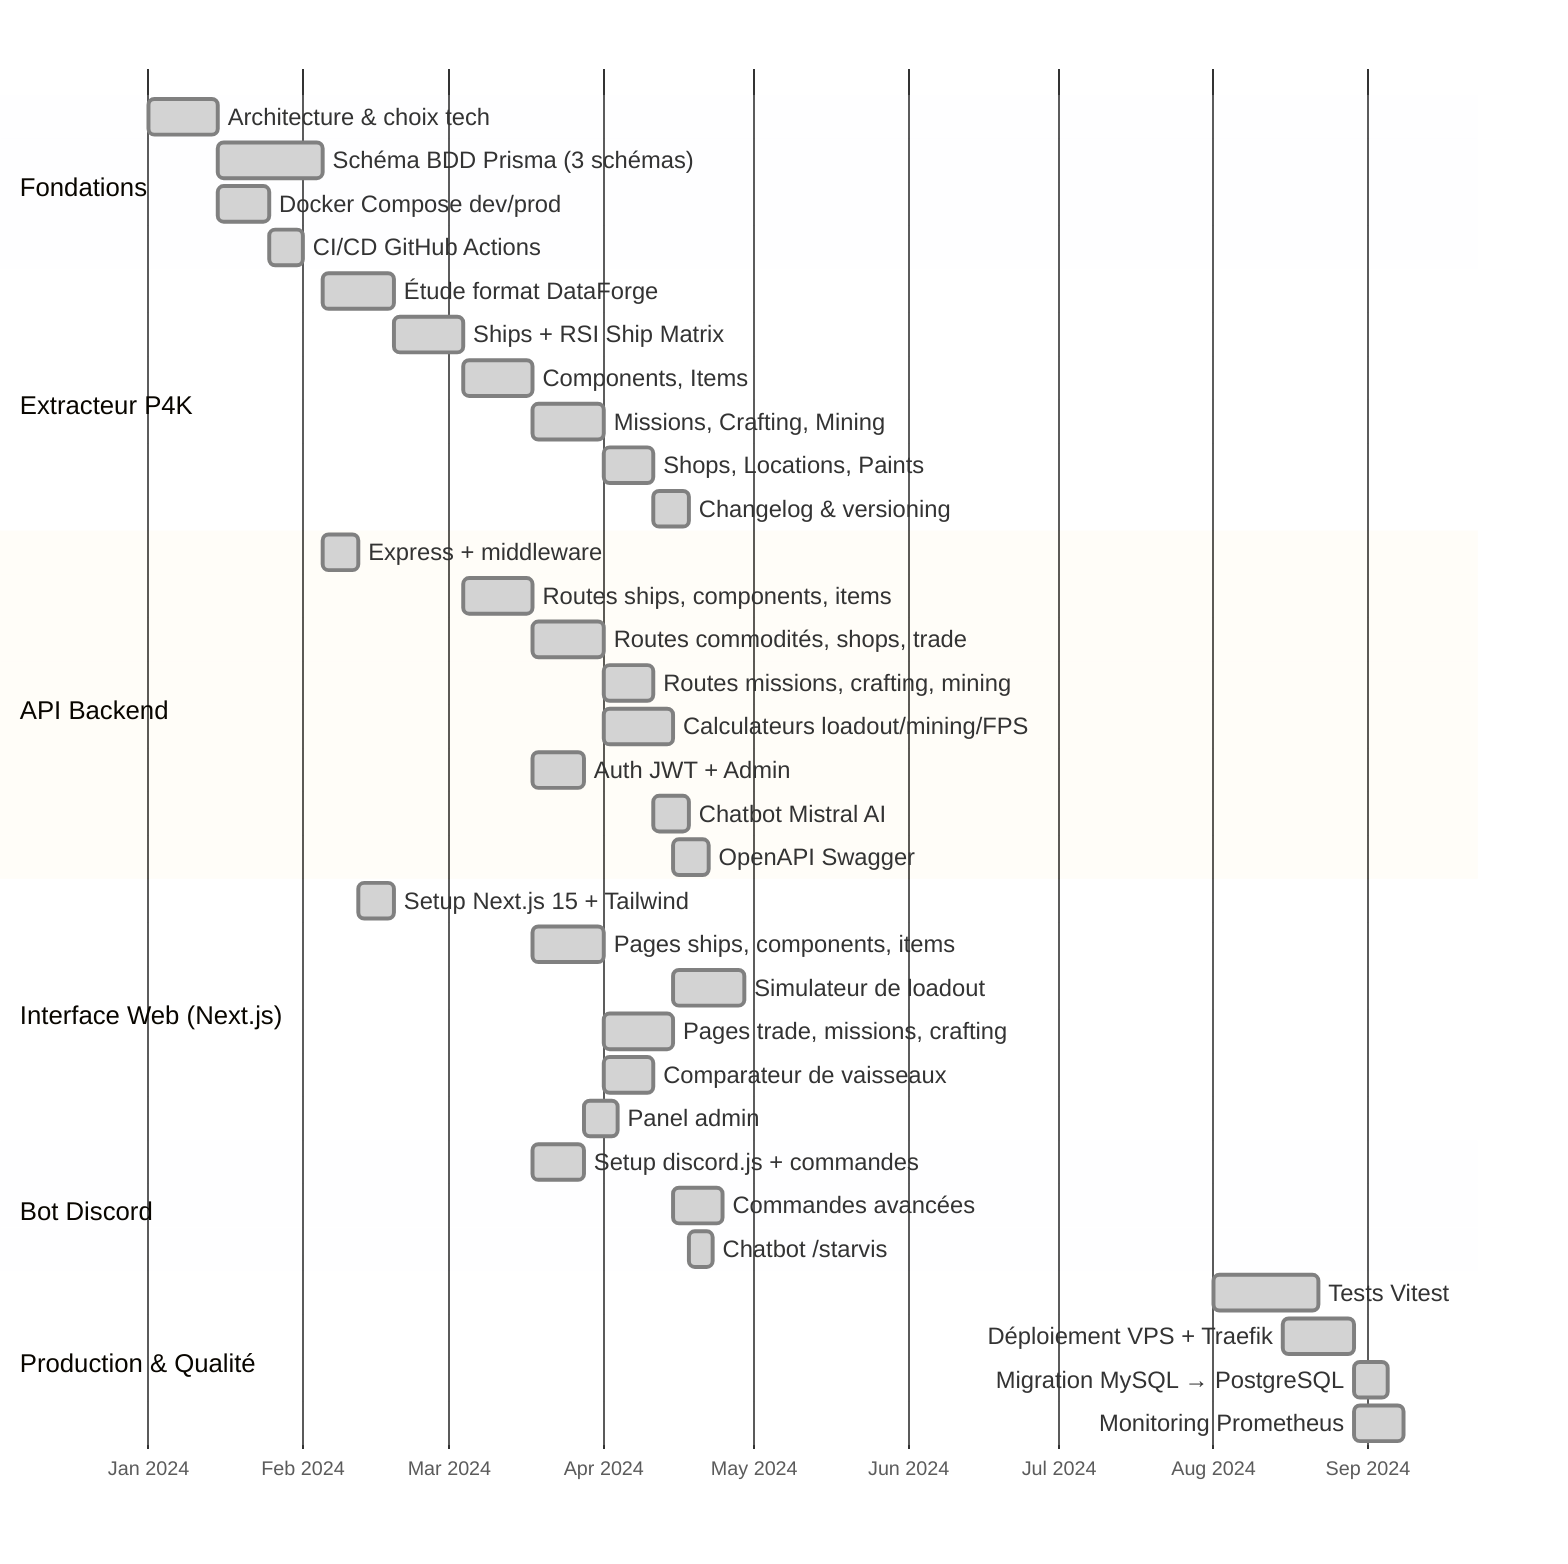
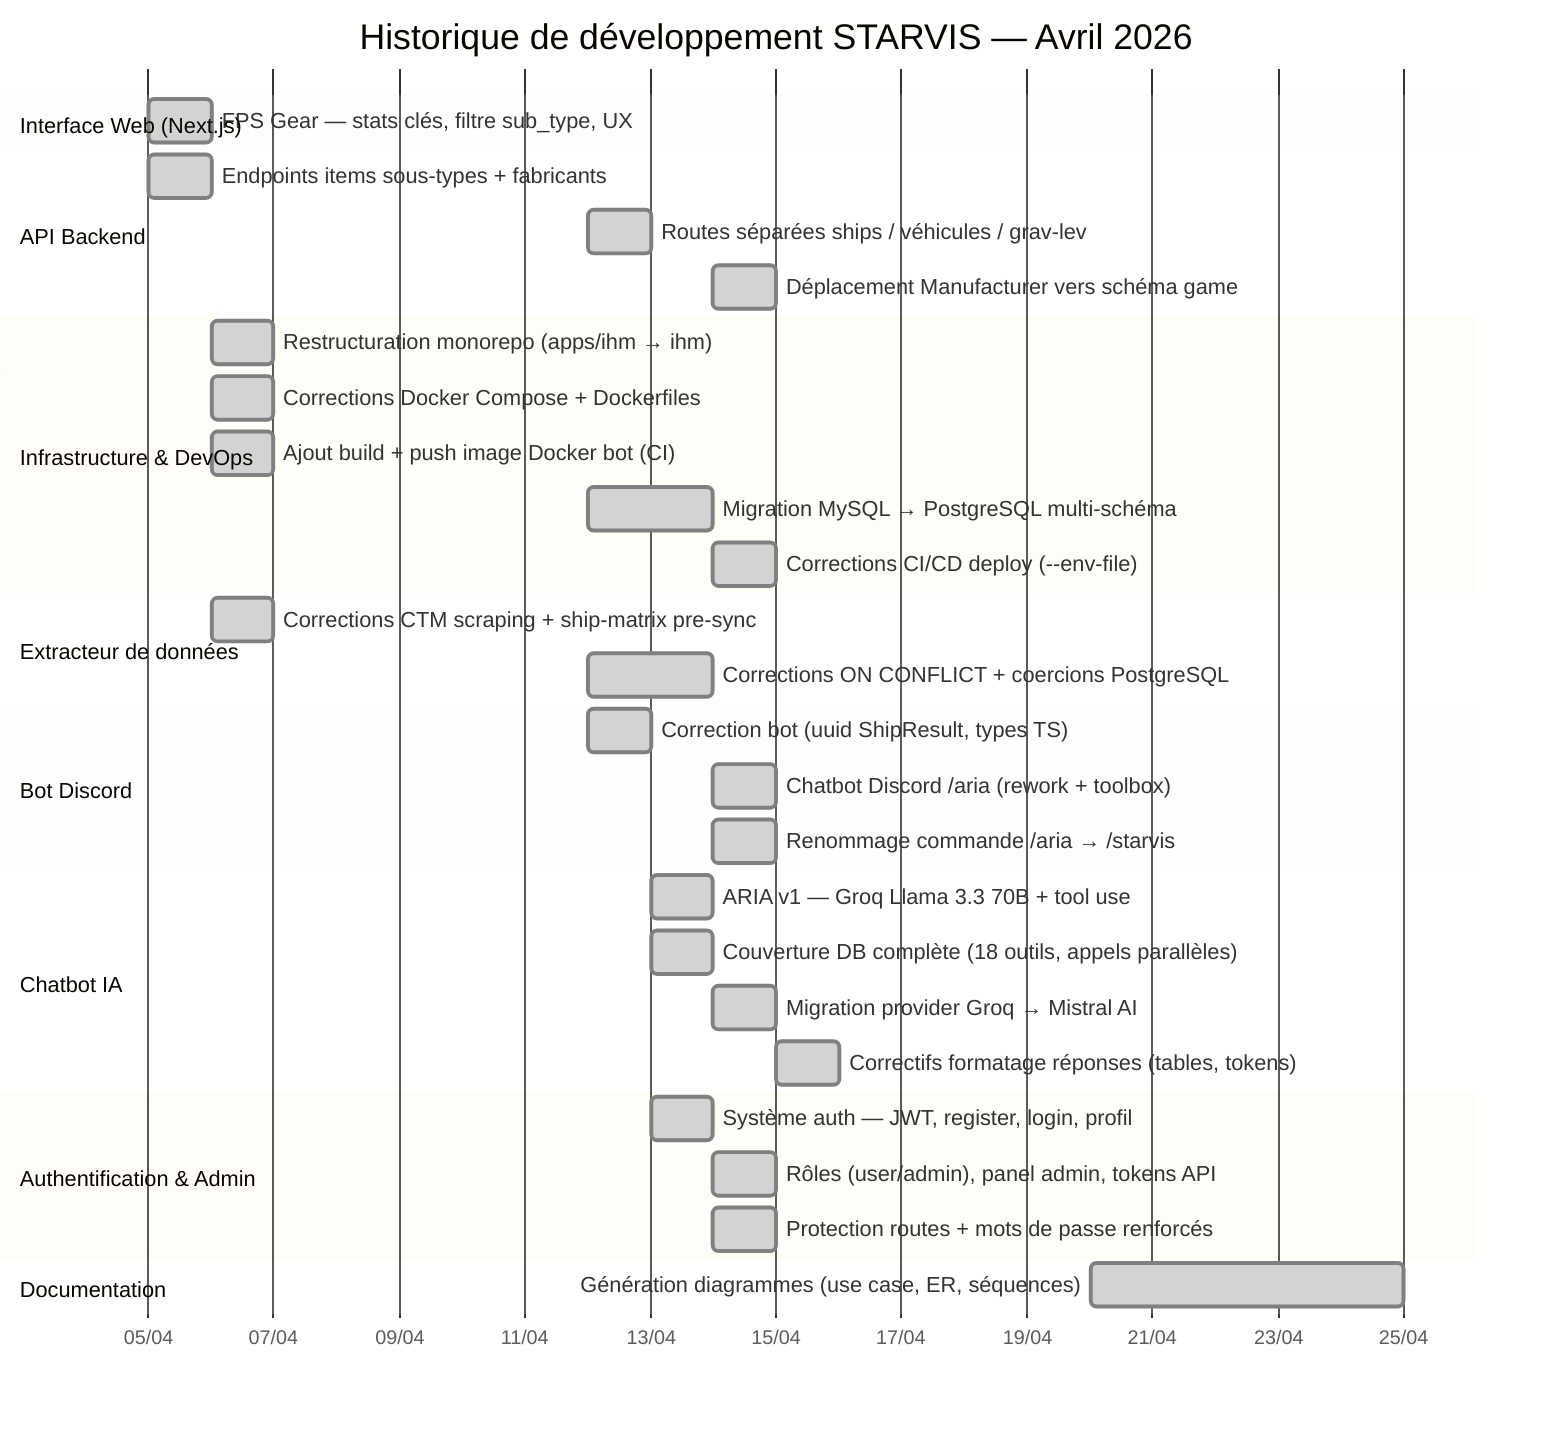
- %%{init: {'theme': 'base', 'themeVariables': {'background': '#ffffff', 'mainBkg': '#ffffff', 'fontSize': '12px', 'fontFamily': 'Arial'}, 'gantt': {'useMaxWidth': true, 'barHeight': 18, 'fontSize': 12, 'sectionFontSize': 13}}}%%
+ %%{init: {'theme': 'base', 'themeVariables': {'background': '#ffffff', 'mainBkg': '#ffffff', 'fontSize': '13px', 'fontFamily': 'Arial'}, 'gantt': {'useMaxWidth': true, 'barHeight': 22, 'barGap': 6, 'topPadding': 50}}}%%
gantt
+     title Historique de développement STARVIS — Avril 2026
    dateFormat  YYYY-MM-DD
-     axisFormat  %b %Y
+     axisFormat  %d/%m

-     section Fondations
-     Architecture & choix tech         :done, arch,   2024-01-01, 14d
-     Schéma BDD Prisma (3 schémas)     :done, db,     after arch,  21d
-     Docker Compose dev/prod            :done, docker, after arch,  10d
-     CI/CD GitHub Actions               :done, cicd,   after docker, 7d
- 
-     section Extracteur P4K
-     Étude format DataForge             :done, p4k,  after db,   14d
-     Ships + RSI Ship Matrix            :done, ext1, after p4k,  14d
-     Components, Items                  :done, ext2, after ext1, 14d
-     Missions, Crafting, Mining         :done, ext3, after ext2, 14d
-     Shops, Locations, Paints           :done, ext4, after ext3, 10d
-     Changelog & versioning             :done, chg,  after ext4,  7d
+     section Interface Web (Next.js)
+     FPS Gear — stats clés, filtre sub_type, UX          :done, ihm1, 2026-04-05, 1d

    section API Backend
-     Express + middleware               :done, api1, after db,   7d
-     Routes ships, components, items    :done, api2, after ext1, 14d
-     Routes commodités, shops, trade    :done, api3, after ext2, 14d
-     Routes missions, crafting, mining  :done, api4, after ext3, 10d
-     Calculateurs loadout/mining/FPS    :done, api5, after api3, 14d
-     Auth JWT + Admin                   :done, auth, after api2, 10d
-     Chatbot Mistral AI                 :done, chat, after api4,  7d
-     OpenAPI Swagger                    :done, swag, after api5,  7d
+     Endpoints items sous-types + fabricants              :done, api1, 2026-04-05, 1d
+     Routes séparées ships / véhicules / grav-lev        :done, api2, 2026-04-12, 1d
+     Déplacement Manufacturer vers schéma game            :done, api3, 2026-04-14, 1d

-     section Interface Web (Next.js)
-     Setup Next.js 15 + Tailwind        :done, ihm1, after api1,  7d
-     Pages ships, components, items     :done, ihm2, after api2, 14d
-     Simulateur de loadout              :done, ihm3, after api5, 14d
-     Pages trade, missions, crafting    :done, ihm4, after api3, 14d
-     Comparateur de vaisseaux           :done, ihm5, after ihm2, 10d
-     Panel admin                        :done, ihm6, after auth,  7d
+     section Infrastructure & DevOps
+     Restructuration monorepo (apps/ihm → ihm)            :done, inf1, 2026-04-06, 1d
+     Corrections Docker Compose + Dockerfiles             :done, inf2, 2026-04-06, 1d
+     Ajout build + push image Docker bot (CI)             :done, inf3, 2026-04-06, 1d
+     Migration MySQL → PostgreSQL multi-schéma            :done, inf4, 2026-04-12, 2d
+     Corrections CI/CD deploy (--env-file)                :done, inf5, 2026-04-14, 1d
+ 
+     section Extracteur de données
+     Corrections CTM scraping + ship-matrix pre-sync     :done, ext1, 2026-04-06, 1d
+     Corrections ON CONFLICT + coercions PostgreSQL       :done, ext2, 2026-04-12, 2d

    section Bot Discord
-     Setup discord.js + commandes       :done, bot1, after api2, 10d
-     Commandes avancées                 :done, bot2, after api5, 10d
-     Chatbot /starvis                   :done, bot3, after chat,  5d
+     Correction bot (uuid ShipResult, types TS)           :done, bot1, 2026-04-12, 1d
+     Chatbot Discord /aria (rework + toolbox)             :done, bot2, 2026-04-14, 1d
+     Renommage commande /aria → /starvis                  :done, bot3, 2026-04-14, 1d

-     section Production & Qualité
-     Tests Vitest                       :done, tests,  2024-08-01, 21d
-     Déploiement VPS + Traefik          :done, dep,    2024-08-15, 14d
-     Migration MySQL → PostgreSQL       :done, mig,    after dep,   7d
-     Monitoring Prometheus              :done, mon,    after dep,  10d
+     section Chatbot IA
+     ARIA v1 — Groq Llama 3.3 70B + tool use             :done, cha1, 2026-04-13, 1d
+     Couverture DB complète (18 outils, appels parallèles):done, cha2, 2026-04-13, 1d
+     Migration provider Groq → Mistral AI                 :done, cha3, 2026-04-14, 1d
+     Correctifs formatage réponses (tables, tokens)       :done, cha4, 2026-04-15, 1d
+ 
+     section Authentification & Admin
+     Système auth — JWT, register, login, profil          :done, aut1, 2026-04-13, 1d
+     Rôles (user/admin), panel admin, tokens API          :done, aut2, 2026-04-14, 1d
+     Protection routes + mots de passe renforcés          :done, aut3, 2026-04-14, 1d
+ 
+     section Documentation
+     Génération diagrammes (use case, ER, séquences)      :done, doc1, 2026-04-20, 5d
